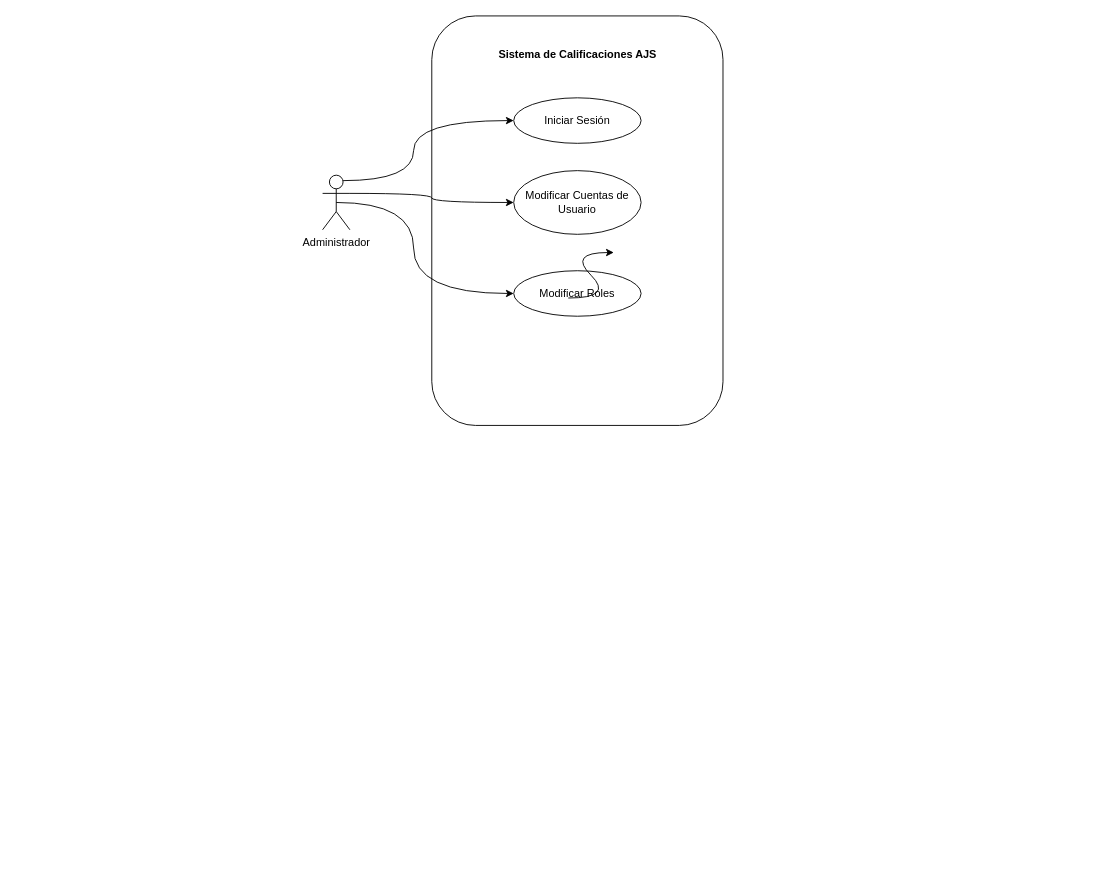
Before: CasosUsoAjs.drawio in KeiKurono96/ProyPes, a draw.io diagram. Source tidied: cells renumbered, new cells numbered last; positions are measured from the earlier drawing's top-left corner, leaving out a move shared by most shapes. Both pictures are drawn from the tidied source at 91%, with x=0, y=0 at pixel (322, 15).
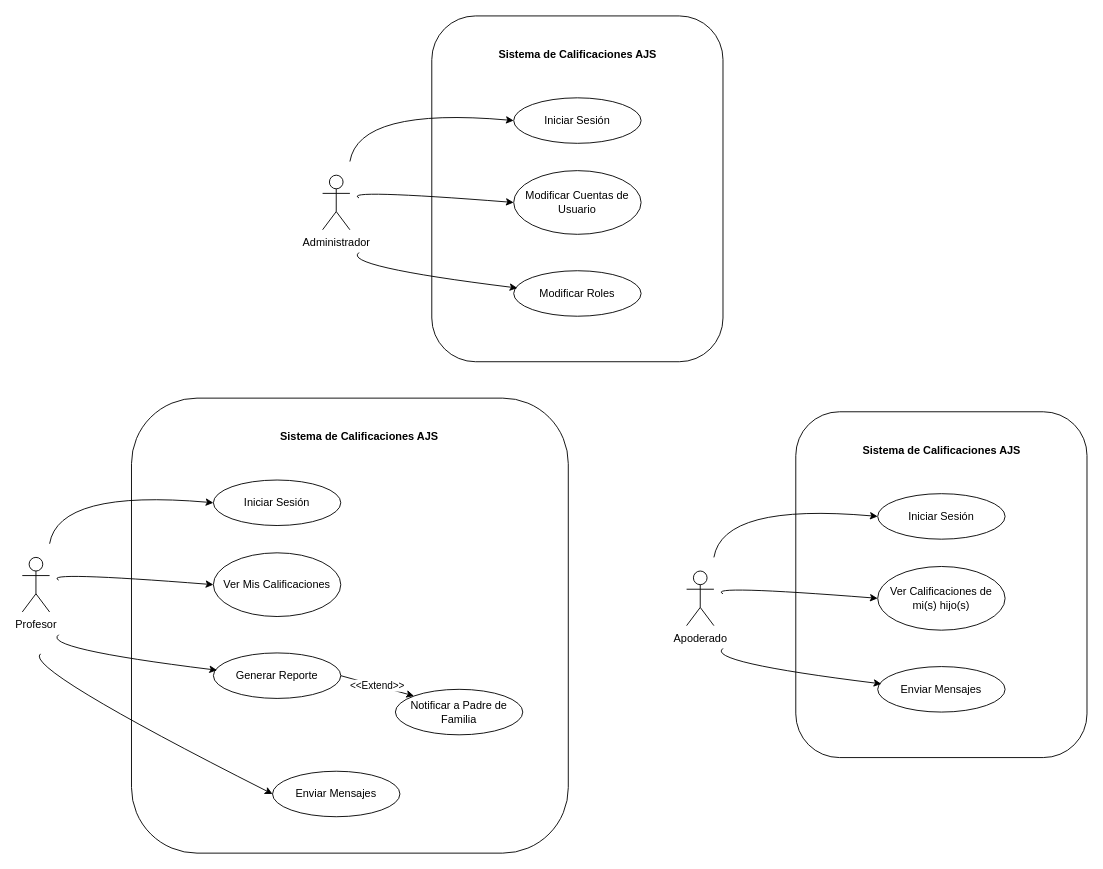
The same diagram, later.

The change refers to these unchanged cells:
```xml
<mxCell id="3" value="Iniciar Sesión" style="ellipse;whiteSpace=wrap;html=1;" parent="1" vertex="1">
  <mxGeometry x="210" y="90" width="140" height="50" as="geometry" />
</mxCell>
<mxCell id="8" value="Administrador" style="shape=umlActor;verticalLabelPosition=bottom;verticalAlign=top;html=1;" parent="1" vertex="1">
  <mxGeometry y="175" width="30" height="60" as="geometry" />
</mxCell>
<mxCell id="9" value="Modificar Cuentas de Usuario" style="ellipse;whiteSpace=wrap;html=1;" parent="1" vertex="1">
  <mxGeometry x="210" y="170" width="140" height="70" as="geometry" />
</mxCell>
<mxCell id="10" value="Modificar Roles" style="ellipse;whiteSpace=wrap;html=1;" parent="1" vertex="1">
  <mxGeometry x="210" y="280" width="140" height="50" as="geometry" />
</mxCell>
```

Diff of the diagram source:
```diff
@@
     <mxCell id="2" style="rounded=1;whiteSpace=wrap;html=1;" parent="1" vertex="1">
-      <mxGeometry x="120" width="320" height="450" as="geometry" />
+      <mxGeometry x="120" width="320" height="380" as="geometry" />
     </mxCell>
@@
-    <mxCell id="5" style="edgeStyle=orthogonalEdgeStyle;rounded=0;jettySize=auto;html=1;exitX=0.75;exitY=0.1;exitDx=0;exitDy=0;exitPerimeter=0;entryX=0;entryY=0.5;entryDx=0;entryDy=0;curved=1;" parent="1" edge="1" source="8" target="3">
-      <mxGeometry relative="1" as="geometry">
-        <Array as="points">
-          <mxPoint x="100" y="181" />
-          <mxPoint x="100" y="115" />
-        </Array>
-      </mxGeometry>
-    </mxCell>
-    <mxCell id="6" style="edgeStyle=orthogonalEdgeStyle;rounded=0;jettySize=auto;html=1;exitX=1;exitY=0.3333333333333333;exitDx=0;exitDy=0;exitPerimeter=0;entryX=0;entryY=0.5;entryDx=0;entryDy=0;curved=1;" parent="1" edge="1" source="8" target="9">
-      <mxGeometry relative="1" as="geometry">
-        <Array as="points">
-          <mxPoint x="120" y="195" />
-          <mxPoint x="120" y="205" />
-        </Array>
-      </mxGeometry>
-    </mxCell>
-    <mxCell id="7" style="edgeStyle=orthogonalEdgeStyle;rounded=0;jettySize=auto;html=1;exitX=0.5;exitY=0.5;exitDx=0;exitDy=0;exitPerimeter=0;entryX=0;entryY=0.5;entryDx=0;entryDy=0;curved=1;" parent="1" edge="1" source="8" target="10">
-      <mxGeometry relative="1" as="geometry">
-        <Array as="points">
-          <mxPoint x="100" y="205" />
-          <mxPoint x="100" y="305" />
-        </Array>
-      </mxGeometry>
-    </mxCell>
@@
-    <mxCell id="11" style="curved=1;endArrow=classic;html=1;rounded=0;" parent="1" edge="1">
-      <mxGeometry relative="1" as="geometry">
-        <mxPoint x="270" y="310" as="sourcePoint" />
-        <mxPoint x="320" y="260" as="targetPoint" />
-        <Array as="points">
-          <mxPoint x="320" y="310" />
-          <mxPoint x="270" y="260" />
-        </Array>
-      </mxGeometry>
-    </mxCell>
+    <mxCell id="12" style="curved=1;endArrow=classic;html=1;rounded=0;entryX=0;entryY=0.5;entryDx=0;entryDy=0;" parent="1" edge="1" target="3">
+      <mxGeometry relative="1" as="geometry">
+        <mxPoint x="30" y="160" as="sourcePoint" />
+        <Array as="points">
+          <mxPoint x="40" y="100" />
+        </Array>
+      </mxGeometry>
+    </mxCell>
+    <mxCell id="13" style="curved=1;endArrow=classic;html=1;rounded=0;entryX=0;entryY=0.5;entryDx=0;entryDy=0;" parent="1" edge="1" target="9">
+      <mxGeometry relative="1" as="geometry">
+        <mxPoint x="40" y="200" as="sourcePoint" />
+        <Array as="points">
+          <mxPoint x="20" y="190" />
+        </Array>
+      </mxGeometry>
+    </mxCell>
+    <mxCell id="14" style="curved=1;endArrow=classic;html=1;rounded=0;entryX=0.029;entryY=0.38;entryDx=0;entryDy=0;entryPerimeter=0;" parent="1" edge="1" target="10">
+      <mxGeometry relative="1" as="geometry">
+        <mxPoint x="40" y="260" as="sourcePoint" />
+        <Array as="points">
+          <mxPoint x="20" y="275" />
+        </Array>
+      </mxGeometry>
+    </mxCell>
+    <mxCell id="15" style="rounded=1;whiteSpace=wrap;html=1;" parent="1" vertex="1">
+      <mxGeometry x="-210" y="420" width="480" height="500" as="geometry" />
+    </mxCell>
+    <mxCell id="16" value="Iniciar Sesión" style="ellipse;whiteSpace=wrap;html=1;" parent="1" vertex="1">
+      <mxGeometry x="-120" y="510" width="140" height="50" as="geometry" />
+    </mxCell>
+    <mxCell id="17" value="Sistema de Calificaciones AJS" style="text;align=center;fontStyle=1;verticalAlign=middle;spacingLeft=3;spacingRight=3;strokeColor=none;html=1;" parent="1" vertex="1">
+      <mxGeometry y="450" width="80" height="26" as="geometry" />
+    </mxCell>
+    <mxCell id="18" value="Profesor" style="shape=umlActor;verticalLabelPosition=bottom;verticalAlign=top;html=1;" parent="1" vertex="1">
+      <mxGeometry x="-330" y="595" width="30" height="60" as="geometry" />
+    </mxCell>
+    <mxCell id="19" value="Ver Mis Calificaciones" style="ellipse;whiteSpace=wrap;html=1;" parent="1" vertex="1">
+      <mxGeometry x="-120" y="590" width="140" height="70" as="geometry" />
+    </mxCell>
+    <mxCell id="20" value="&amp;lt;&amp;lt;Extend&amp;gt;&amp;gt;" style="rounded=0;jettySize=auto;html=1;exitX=1;exitY=0.5;exitDx=0;exitDy=0;entryX=0;entryY=0;entryDx=0;entryDy=0;" parent="1" edge="1" source="21" target="25">
+      <mxGeometry relative="1" as="geometry" />
+    </mxCell>
+    <mxCell id="21" value="Generar Reporte" style="ellipse;whiteSpace=wrap;html=1;" parent="1" vertex="1">
+      <mxGeometry x="-120" y="700" width="140" height="50" as="geometry" />
+    </mxCell>
+    <mxCell id="22" style="curved=1;endArrow=classic;html=1;rounded=0;entryX=0;entryY=0.5;entryDx=0;entryDy=0;" parent="1" edge="1" target="16">
+      <mxGeometry relative="1" as="geometry">
+        <mxPoint x="-300" y="580" as="sourcePoint" />
+        <Array as="points">
+          <mxPoint x="-290" y="520" />
+        </Array>
+      </mxGeometry>
+    </mxCell>
+    <mxCell id="23" style="curved=1;endArrow=classic;html=1;rounded=0;entryX=0;entryY=0.5;entryDx=0;entryDy=0;" parent="1" edge="1" target="19">
+      <mxGeometry relative="1" as="geometry">
+        <mxPoint x="-290" y="620" as="sourcePoint" />
+        <Array as="points">
+          <mxPoint x="-310" y="610" />
+        </Array>
+      </mxGeometry>
+    </mxCell>
+    <mxCell id="24" style="curved=1;endArrow=classic;html=1;rounded=0;entryX=0.029;entryY=0.38;entryDx=0;entryDy=0;entryPerimeter=0;" parent="1" edge="1" target="21">
+      <mxGeometry relative="1" as="geometry">
+        <mxPoint x="-290" y="680" as="sourcePoint" />
+        <Array as="points">
+          <mxPoint x="-310" y="695" />
+        </Array>
+      </mxGeometry>
+    </mxCell>
+    <mxCell id="25" value="Notificar a Padre de Familia" style="ellipse;whiteSpace=wrap;html=1;" parent="1" vertex="1">
+      <mxGeometry x="80" y="740" width="140" height="50" as="geometry" />
+    </mxCell>
+    <mxCell id="26" style="rounded=1;whiteSpace=wrap;html=1;" parent="1" vertex="1">
+      <mxGeometry x="520" y="435" width="320" height="380" as="geometry" />
+    </mxCell>
+    <mxCell id="27" value="Iniciar Sesión" style="ellipse;whiteSpace=wrap;html=1;" parent="1" vertex="1">
+      <mxGeometry x="610" y="525" width="140" height="50" as="geometry" />
+    </mxCell>
+    <mxCell id="28" value="Sistema de Calificaciones AJS" style="text;align=center;fontStyle=1;verticalAlign=middle;spacingLeft=3;spacingRight=3;strokeColor=none;html=1;" parent="1" vertex="1">
+      <mxGeometry x="640" y="465" width="80" height="26" as="geometry" />
+    </mxCell>
+    <mxCell id="29" value="Apoderado" style="shape=umlActor;verticalLabelPosition=bottom;verticalAlign=top;html=1;" parent="1" vertex="1">
+      <mxGeometry x="400" y="610" width="30" height="60" as="geometry" />
+    </mxCell>
+    <mxCell id="30" value="Ver Calificaciones de mi(s) hijo(s)" style="ellipse;whiteSpace=wrap;html=1;" parent="1" vertex="1">
+      <mxGeometry x="610" y="605" width="140" height="70" as="geometry" />
+    </mxCell>
+    <mxCell id="31" value="Enviar Mensajes" style="ellipse;whiteSpace=wrap;html=1;" parent="1" vertex="1">
+      <mxGeometry x="610" y="715" width="140" height="50" as="geometry" />
+    </mxCell>
+    <mxCell id="32" style="curved=1;endArrow=classic;html=1;rounded=0;entryX=0;entryY=0.5;entryDx=0;entryDy=0;" parent="1" edge="1" target="27">
+      <mxGeometry relative="1" as="geometry">
+        <mxPoint x="430" y="595" as="sourcePoint" />
+        <Array as="points">
+          <mxPoint x="440" y="535" />
+        </Array>
+      </mxGeometry>
+    </mxCell>
+    <mxCell id="33" style="curved=1;endArrow=classic;html=1;rounded=0;entryX=0;entryY=0.5;entryDx=0;entryDy=0;" parent="1" edge="1" target="30">
+      <mxGeometry relative="1" as="geometry">
+        <mxPoint x="440" y="635" as="sourcePoint" />
+        <Array as="points">
+          <mxPoint x="420" y="625" />
+        </Array>
+      </mxGeometry>
+    </mxCell>
+    <mxCell id="34" style="curved=1;endArrow=classic;html=1;rounded=0;entryX=0.029;entryY=0.38;entryDx=0;entryDy=0;entryPerimeter=0;" parent="1" edge="1" target="31">
+      <mxGeometry relative="1" as="geometry">
+        <mxPoint x="440" y="695" as="sourcePoint" />
+        <Array as="points">
+          <mxPoint x="420" y="710" />
+        </Array>
+      </mxGeometry>
+    </mxCell>
+    <mxCell id="35" value="Enviar Mensajes" style="ellipse;whiteSpace=wrap;html=1;" parent="1" vertex="1">
+      <mxGeometry x="-55" y="830" width="140" height="50" as="geometry" />
+    </mxCell>
+    <mxCell id="36" style="curved=1;endArrow=classic;html=1;rounded=0;entryX=0;entryY=0.5;entryDx=0;entryDy=0;" parent="1" edge="1" target="35">
+      <mxGeometry relative="1" as="geometry">
+        <mxPoint x="-310" y="701" as="sourcePoint" />
+        <Array as="points">
+          <mxPoint x="-330" y="716" />
+        </Array>
+      </mxGeometry>
+    </mxCell>
```
